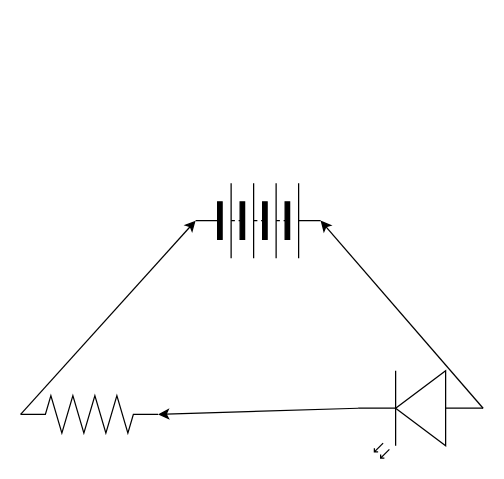
Before: diagram.drawio in marco-cuconato/Unit2-03-TEJ3M, a draw.io diagram. Source tidied: cells renumbered, new cells numbered last; positions are measured from the earlier drawing's top-left corner, leaving out a move shared by most shapes. Both pictures are drawn from the tidied source at 125%, with x=0, y=0 at pixel (20, 182). Pictures stored in the file or linked from it are replaced by grey dashed boxes.
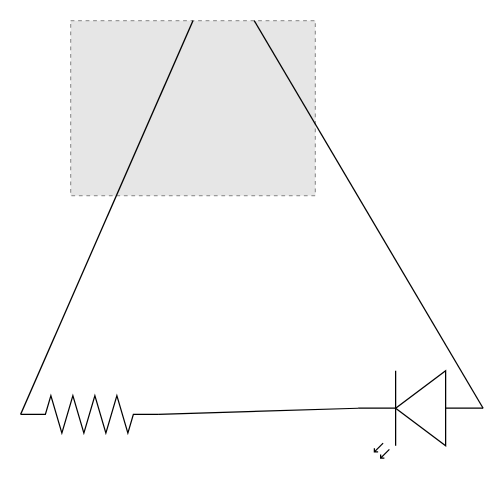
The same page after the edit.

Commit message:
add aduion UNO

Change to the diagram source:
```diff
@@
 <mxGraphModel>
   <root>
     <mxCell id="0" />
     <mxCell id="1" parent="0" />
+    <mxCell id="8" style="fillColor=#E6E6E6;strokeColor=#999999;dashed=1;verticalLabelPosition=bottom;labelBackgroundColor=default;verticalAlign=top;" parent="1" vertex="1">
+      <mxGeometry x="40" y="-130" width="195.8" height="140" as="geometry" />
+    </mxCell>
-    <mxCell id="2" style="edgeStyle=none;html=1;exitX=0;exitY=0.5;exitDx=0;exitDy=0;exitPerimeter=0;entryX=0;entryY=0.5;entryDx=0;entryDy=0;" parent="1" edge="1" source="3" target="7">
+    <mxCell id="2" style="edgeStyle=none;html=1;exitX=0;exitY=0.5;exitDx=0;exitDy=0;exitPerimeter=0;endArrow=none;endFill=0;entryX=0.5;entryY=0;entryDx=0;entryDy=0;" parent="1" edge="1" source="3" target="8">
       <mxGeometry relative="1" as="geometry" />
     </mxCell>
     <mxCell id="3" style="verticalLabelPosition=bottom;shadow=0;dashed=0;align=center;html=1;verticalAlign=top;shape=mxgraph.electrical.resistors.resistor_2;" parent="1" vertex="1">
       <mxGeometry y="170" width="110" height="30" as="geometry" />
     </mxCell>
-    <mxCell id="4" style="edgeStyle=none;html=1;exitX=1;exitY=0.57;exitDx=0;exitDy=0;exitPerimeter=0;entryX=1;entryY=0.5;entryDx=0;entryDy=0;entryPerimeter=0;" parent="1" edge="1" source="6" target="3">
+    <mxCell id="4" style="edgeStyle=none;html=1;exitX=1;exitY=0.57;exitDx=0;exitDy=0;exitPerimeter=0;entryX=1;entryY=0.5;entryDx=0;entryDy=0;entryPerimeter=0;endArrow=none;endFill=0;" parent="1" edge="1" source="6" target="3">
       <mxGeometry relative="1" as="geometry" />
     </mxCell>
-    <mxCell id="5" style="edgeStyle=none;html=1;exitX=0;exitY=0.57;exitDx=0;exitDy=0;exitPerimeter=0;entryX=1;entryY=0.5;entryDx=0;entryDy=0;" parent="1" edge="1" source="6" target="7">
+    <mxCell id="5" style="edgeStyle=none;html=1;exitX=0;exitY=0.57;exitDx=0;exitDy=0;exitPerimeter=0;entryX=0.75;entryY=0;entryDx=0;entryDy=0;endArrow=none;endFill=0;" parent="1" edge="1" source="6" target="8">
       <mxGeometry relative="1" as="geometry" />
     </mxCell>
     <mxCell id="6" style="verticalLabelPosition=bottom;shadow=0;dashed=0;align=center;html=1;verticalAlign=top;shape=mxgraph.electrical.opto_electronics.led_2;rotation=-180;" parent="1" vertex="1">
       <mxGeometry x="270" y="150" width="100" height="70" as="geometry" />
     </mxCell>
-    <mxCell id="7" style="verticalLabelPosition=bottom;shadow=0;dashed=0;align=center;html=1;verticalAlign=top;shape=mxgraph.electrical.miscellaneous.batteryStack;" parent="1" vertex="1">
-      <mxGeometry x="140" width="100" height="60" as="geometry" />
-    </mxCell>
   </root>
 </mxGraphModel>
```
